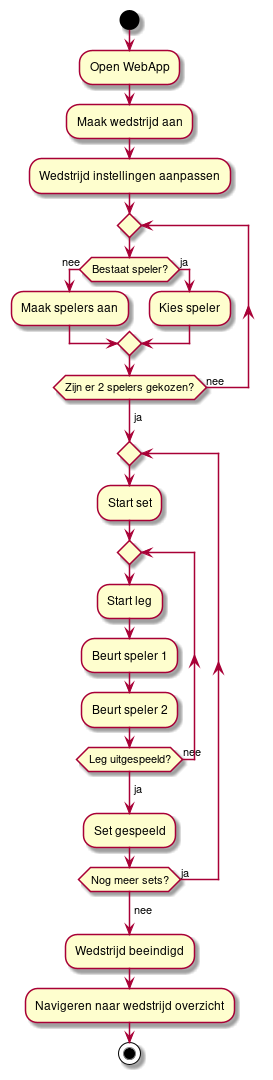
Earlier version of the PlantUML export uml/ouputPlantuml/activityDiagram.png (dannypas00/Not-beheer).
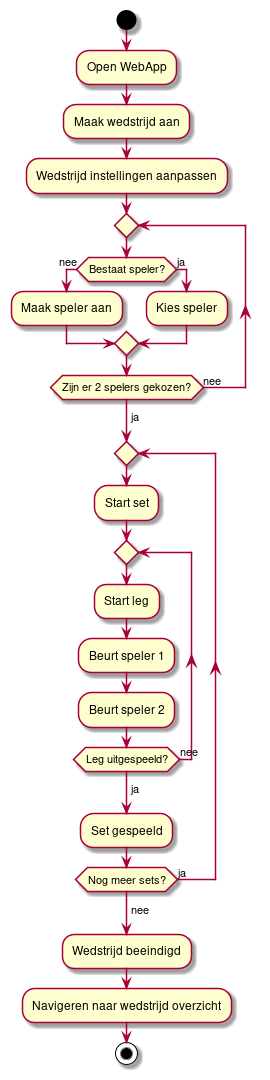
Above is the later version.

Commit message:
Typo in activity diagram aangepast

The edit, as a diff of the source:
```diff
@@ -5,7 +5,7 @@
     :Wedstrijd instellingen aanpassen;
 repeat
 if (Bestaat speler?) then (nee)
-    :Maak spelers aan;
+    :Maak speler aan;
 else (ja)
     :Kies speler;
 endif
```
